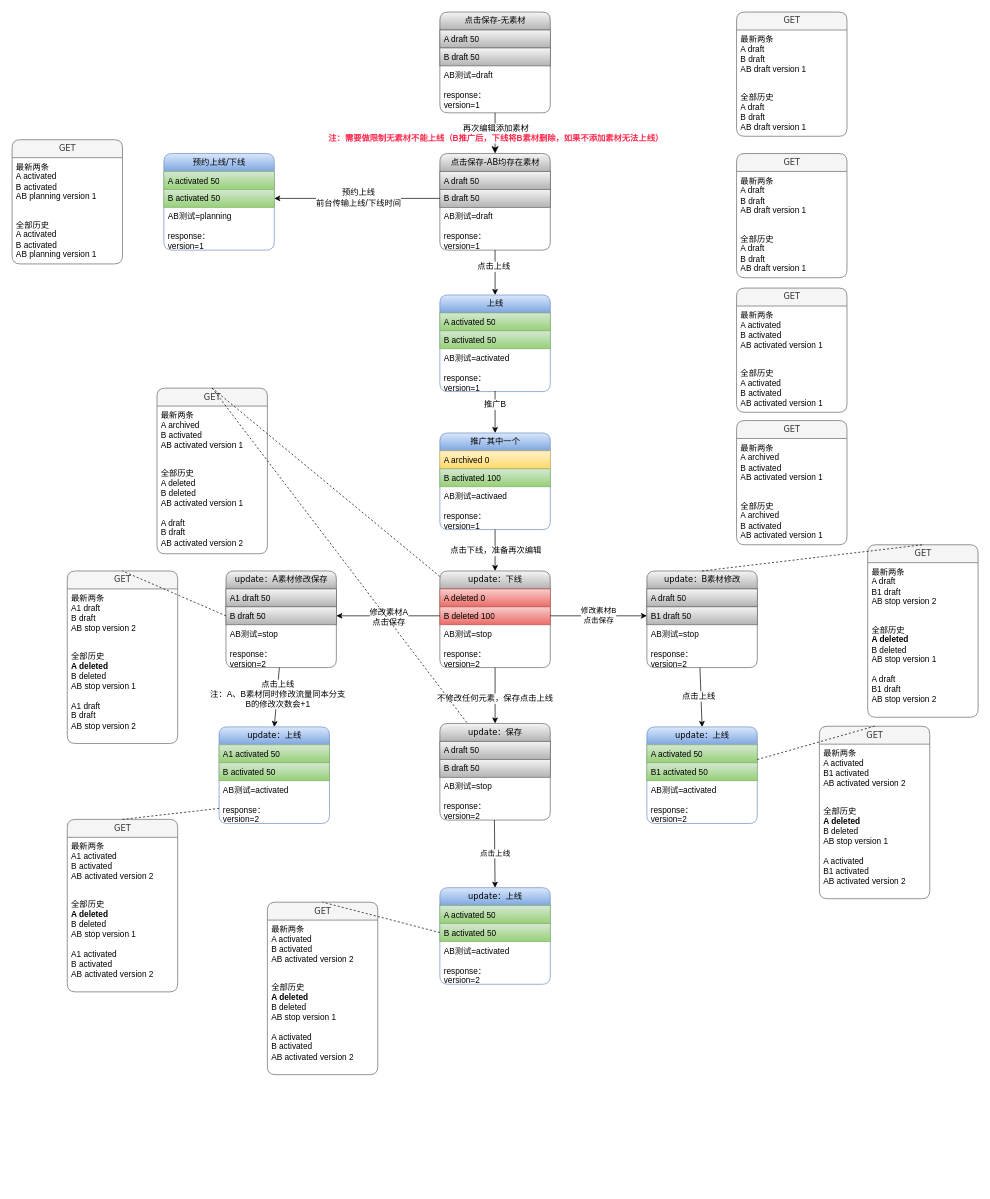
hzhang123/DrawImage keeps this draw.io diagram as 未命名表单.drawio. Above is the earlier version. Source tidied: cells renumbered, new cells numbered last; positions are measured from the earlier drawing's top-left corner, leaving out a move shared by most shapes. Both pictures are drawn from the tidied source at 69%, with x=0, y=0 at pixel (12, 12).
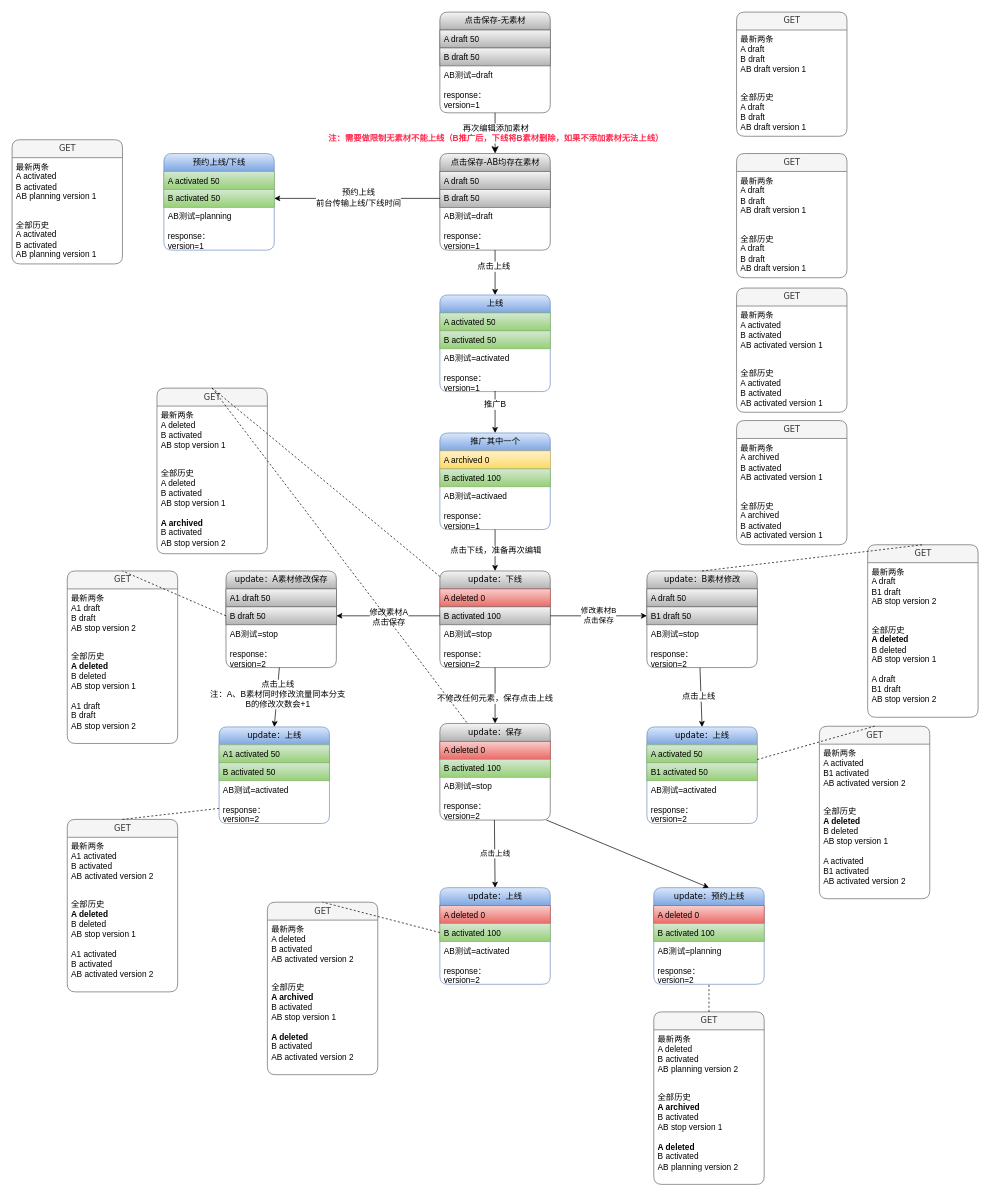
Above is the later version.

Commit message (it also covers changes not shown here):
更新未命名表单.drawio

The change refers to these unchanged cells:
```xml
<mxCell id="24" value="update：下线" style="swimlane;html=1;fontStyle=0;horizontal=1;startSize=26;fillColor=#f5f5f5;swimlaneFillColor=#ffffff;align=center;rounded=1;shadow=0;comic=0;labelBackgroundColor=none;strokeColor=#666666;strokeWidth=1;fontFamily=Verdana;fontSize=12;gradientColor=#b3b3b3;" parent="1" vertex="1">
  <mxGeometry x="620" y="810" width="160" height="140" as="geometry" />
</mxCell>
<mxCell id="52" value="update：上线" style="swimlane;html=1;fontStyle=0;horizontal=1;startSize=26;fillColor=#dae8fc;swimlaneFillColor=#ffffff;align=center;rounded=1;shadow=0;comic=0;labelBackgroundColor=none;strokeColor=#6c8ebf;strokeWidth=1;fontFamily=Verdana;fontSize=12;gradientColor=#7ea6e0;" parent="1" vertex="1">
  <mxGeometry x="620" y="1269" width="160" height="140" as="geometry" />
</mxCell>
<mxCell id="74" value="GET" style="swimlane;html=1;fontStyle=0;horizontal=1;startSize=26;fillColor=#f5f5f5;swimlaneFillColor=#ffffff;align=center;rounded=1;shadow=0;comic=0;labelBackgroundColor=none;strokeColor=#666666;strokeWidth=1;fontFamily=Verdana;fontSize=12;fontColor=#333333;" parent="1" vertex="1">
  <mxGeometry x="210" y="545" width="160" height="240" as="geometry" />
</mxCell>
<mxCell id="79" value="update：保存" style="swimlane;html=1;fontStyle=0;horizontal=1;startSize=26;fillColor=#f5f5f5;swimlaneFillColor=#ffffff;align=center;rounded=1;shadow=0;comic=0;labelBackgroundColor=none;strokeColor=#666666;strokeWidth=1;fontFamily=Verdana;fontSize=12;gradientColor=#b3b3b3;" parent="1" vertex="1">
  <mxGeometry x="620" y="1031" width="160" height="140" as="geometry" />
</mxCell>
<mxCell id="82" value="AB测试=stop&lt;br&gt;&lt;br&gt;response：&lt;br&gt;version=2" style="text;html=1;strokeColor=none;fillColor=none;spacingLeft=4;spacingRight=4;whiteSpace=wrap;overflow=hidden;points=[[0,0.5],[1,0.5]];portConstraint=eastwest;" parent="79" vertex="1">
  <mxGeometry y="78" width="160" height="62" as="geometry" />
</mxCell>
<mxCell id="95" value="GET" style="swimlane;html=1;fontStyle=0;horizontal=1;startSize=26;swimlaneFillColor=#ffffff;align=center;rounded=1;shadow=0;comic=0;labelBackgroundColor=none;strokeWidth=1;fontFamily=Verdana;fontSize=12;fillColor=#f5f5f5;strokeColor=#666666;fontColor=#333333;" parent="1" vertex="1">
  <mxGeometry x="370" y="1290" width="160" height="250" as="geometry" />
</mxCell>
```

The edit, as a diff of the source:
```diff
@@
-    <mxCell id="26" value="B deleted 100" style="text;html=1;strokeColor=#b85450;fillColor=#f8cecc;spacingLeft=4;spacingRight=4;whiteSpace=wrap;overflow=hidden;points=[[0,0.5],[1,0.5]];portConstraint=eastwest;gradientColor=#ea6b66;" parent="24" vertex="1">
+    <mxCell id="26" value="B activated 100" style="text;html=1;strokeColor=#666666;fillColor=#f5f5f5;spacingLeft=4;spacingRight=4;whiteSpace=wrap;overflow=hidden;points=[[0,0.5],[1,0.5]];portConstraint=eastwest;gradientColor=#b3b3b3;" parent="24" vertex="1">
       <mxGeometry y="52" width="160" height="26" as="geometry" />
     </mxCell>
@@
-    <mxCell id="53" value="A activated 50" style="text;html=1;strokeColor=#82b366;fillColor=#d5e8d4;spacingLeft=4;spacingRight=4;whiteSpace=wrap;overflow=hidden;gradientColor=#97d077;" parent="52" vertex="1">
+    <mxCell id="53" value="A deleted 0" style="text;html=1;strokeColor=#b85450;fillColor=#f8cecc;spacingLeft=4;spacingRight=4;whiteSpace=wrap;overflow=hidden;gradientColor=#ea6b66;" parent="52" vertex="1">
       <mxGeometry y="26" width="160" height="26" as="geometry" />
     </mxCell>
-    <mxCell id="54" value="B activated 50" style="text;html=1;strokeColor=#82b366;fillColor=#d5e8d4;spacingLeft=4;spacingRight=4;whiteSpace=wrap;overflow=hidden;points=[[0,0.5],[1,0.5]];portConstraint=eastwest;gradientColor=#97d077;" parent="52" vertex="1">
+    <mxCell id="54" value="B activated 100" style="text;html=1;strokeColor=#82b366;fillColor=#d5e8d4;spacingLeft=4;spacingRight=4;whiteSpace=wrap;overflow=hidden;points=[[0,0.5],[1,0.5]];portConstraint=eastwest;gradientColor=#97d077;" parent="52" vertex="1">
       <mxGeometry y="52" width="160" height="26" as="geometry" />
     </mxCell>
@@
-    <mxCell id="75" value="最新两条&lt;br&gt;A archived&lt;br&gt;B activated&lt;br&gt;AB activated version 1" style="text;html=1;strokeColor=none;fillColor=none;spacingLeft=4;spacingRight=4;whiteSpace=wrap;overflow=hidden;" parent="74" vertex="1">
+    <mxCell id="75" value="最新两条&lt;br&gt;A deleted&lt;br&gt;B activated&lt;br&gt;AB stop version 1" style="text;html=1;strokeColor=none;fillColor=none;spacingLeft=4;spacingRight=4;whiteSpace=wrap;overflow=hidden;" parent="74" vertex="1">
       <mxGeometry y="26" width="160" height="84" as="geometry" />
     </mxCell>
-    <mxCell id="76" value="全部历史&lt;br&gt;A deleted&lt;br&gt;B deleted&lt;br&gt;AB activated version 1&lt;br&gt;&lt;br&gt;A draft&lt;br&gt;B draft&lt;br&gt;AB activated version 2" style="text;html=1;strokeColor=none;fillColor=none;spacingLeft=4;spacingRight=4;whiteSpace=wrap;overflow=hidden;" parent="74" vertex="1">
+    <mxCell id="76" value="全部历史&lt;br&gt;A deleted&lt;br&gt;B activated&lt;br&gt;AB stop version 1&lt;br&gt;&lt;br&gt;&lt;b&gt;A archived&lt;/b&gt;&lt;br&gt;B activated&lt;br&gt;AB stop version 2" style="text;html=1;strokeColor=none;fillColor=none;spacingLeft=4;spacingRight=4;whiteSpace=wrap;overflow=hidden;" parent="74" vertex="1">
       <mxGeometry y="110" width="160" height="130" as="geometry" />
     </mxCell>
@@
-    <mxCell id="80" value="A draft 50" style="text;html=1;strokeColor=#666666;fillColor=#f5f5f5;spacingLeft=4;spacingRight=4;whiteSpace=wrap;overflow=hidden;gradientColor=#b3b3b3;" parent="79" vertex="1">
+    <mxCell id="80" value="A deleted 0" style="text;html=1;strokeColor=#b85450;fillColor=#f8cecc;spacingLeft=4;spacingRight=4;whiteSpace=wrap;overflow=hidden;gradientColor=#ea6b66;" parent="79" vertex="1">
       <mxGeometry y="26" width="160" height="26" as="geometry" />
     </mxCell>
-    <mxCell id="81" value="B draft 50" style="text;html=1;strokeColor=#666666;fillColor=#f5f5f5;spacingLeft=4;spacingRight=4;whiteSpace=wrap;overflow=hidden;gradientColor=#b3b3b3;" parent="79" vertex="1">
+    <mxCell id="81" value="B activated 100" style="text;html=1;strokeColor=#82b366;fillColor=#d5e8d4;spacingLeft=4;spacingRight=4;whiteSpace=wrap;overflow=hidden;gradientColor=#97d077;" parent="79" vertex="1">
       <mxGeometry y="52" width="160" height="26" as="geometry" />
     </mxCell>
@@
-    <mxCell id="96" value="最新两条&lt;br&gt;A activated&lt;br&gt;B activated&lt;br&gt;AB activated version 2" style="text;html=1;strokeColor=none;fillColor=none;spacingLeft=4;spacingRight=4;whiteSpace=wrap;overflow=hidden;" parent="95" vertex="1">
+    <mxCell id="96" value="最新两条&lt;br&gt;A deleted&lt;br&gt;B activated&lt;br&gt;AB activated version 2" style="text;html=1;strokeColor=none;fillColor=none;spacingLeft=4;spacingRight=4;whiteSpace=wrap;overflow=hidden;" parent="95" vertex="1">
       <mxGeometry y="26" width="160" height="84" as="geometry" />
     </mxCell>
-    <mxCell id="97" value="全部历史&lt;br&gt;&lt;b&gt;A deleted&lt;/b&gt;&lt;br&gt;B deleted&lt;br&gt;AB stop version 1&lt;br&gt;&lt;br&gt;A activated&lt;br&gt;B activated&lt;br&gt;AB activated version 2" style="text;html=1;strokeColor=none;fillColor=none;spacingLeft=4;spacingRight=4;whiteSpace=wrap;overflow=hidden;" parent="95" vertex="1">
+    <mxCell id="97" value="全部历史&lt;br&gt;&lt;b&gt;A archived&lt;/b&gt;&lt;br&gt;B activated&lt;br&gt;AB stop version 1&lt;br&gt;&lt;br&gt;&lt;b&gt;A deleted&lt;/b&gt;&lt;br&gt;B activated&lt;br&gt;AB activated version 2" style="text;html=1;strokeColor=none;fillColor=none;spacingLeft=4;spacingRight=4;whiteSpace=wrap;overflow=hidden;" parent="95" vertex="1">
       <mxGeometry y="110" width="160" height="140" as="geometry" />
     </mxCell>
@@
+    <mxCell id="110" value="update：预约上线" style="swimlane;html=1;fontStyle=0;horizontal=1;startSize=26;fillColor=#dae8fc;swimlaneFillColor=#ffffff;align=center;rounded=1;shadow=0;comic=0;labelBackgroundColor=none;strokeColor=#6c8ebf;strokeWidth=1;fontFamily=Verdana;fontSize=12;gradientColor=#7ea6e0;" parent="1" vertex="1">
+      <mxGeometry x="930" y="1269" width="160" height="140" as="geometry" />
+    </mxCell>
+    <mxCell id="111" value="A deleted 0" style="text;html=1;strokeColor=#b85450;fillColor=#f8cecc;spacingLeft=4;spacingRight=4;whiteSpace=wrap;overflow=hidden;gradientColor=#ea6b66;" parent="110" vertex="1">
+      <mxGeometry y="26" width="160" height="26" as="geometry" />
+    </mxCell>
+    <mxCell id="112" value="B activated 100" style="text;html=1;strokeColor=#82b366;fillColor=#d5e8d4;spacingLeft=4;spacingRight=4;whiteSpace=wrap;overflow=hidden;gradientColor=#97d077;" parent="110" vertex="1">
+      <mxGeometry y="52" width="160" height="26" as="geometry" />
+    </mxCell>
+    <mxCell id="113" value="AB测试=planning&lt;br&gt;&lt;br&gt;response：&lt;br&gt;version=2" style="text;html=1;strokeColor=none;fillColor=none;spacingLeft=4;spacingRight=4;whiteSpace=wrap;overflow=hidden;points=[[0,0.5],[1,0.5]];portConstraint=eastwest;" parent="110" vertex="1">
+      <mxGeometry y="78" width="160" height="62" as="geometry" />
+    </mxCell>
+    <mxCell id="114" value="GET" style="swimlane;html=1;fontStyle=0;horizontal=1;startSize=26;swimlaneFillColor=#ffffff;align=center;rounded=1;shadow=0;comic=0;labelBackgroundColor=none;strokeWidth=1;fontFamily=Verdana;fontSize=12;fillColor=#f5f5f5;strokeColor=#666666;fontColor=#333333;" parent="1" vertex="1">
+      <mxGeometry x="930" y="1449" width="160" height="250" as="geometry" />
+    </mxCell>
+    <mxCell id="115" value="最新两条&lt;br&gt;A deleted&lt;br&gt;B activated&lt;br&gt;AB planning version 2" style="text;html=1;strokeColor=none;fillColor=none;spacingLeft=4;spacingRight=4;whiteSpace=wrap;overflow=hidden;" parent="114" vertex="1">
+      <mxGeometry y="26" width="160" height="84" as="geometry" />
+    </mxCell>
+    <mxCell id="116" value="全部历史&lt;br&gt;&lt;b&gt;A archived&lt;/b&gt;&lt;br&gt;B activated&lt;br&gt;AB stop version 1&lt;br&gt;&lt;br&gt;&lt;b&gt;A deleted&lt;/b&gt;&lt;br&gt;B activated&lt;br&gt;AB planning version 2" style="text;html=1;strokeColor=none;fillColor=none;spacingLeft=4;spacingRight=4;whiteSpace=wrap;overflow=hidden;" parent="114" vertex="1">
+      <mxGeometry y="110" width="160" height="140" as="geometry" />
+    </mxCell>
+    <mxCell id="117" style="endArrow=classic;html=1;entryX=0.5;entryY=0;entryDx=0;entryDy=0;" parent="1" edge="1" source="82" target="110">
+      <mxGeometry relative="1" as="geometry" />
+    </mxCell>
+    <mxCell id="118" style="endArrow=none;dashed=1;html=1;" parent="1" edge="1" source="114" target="113">
+      <mxGeometry relative="1" as="geometry" />
+    </mxCell>
```
